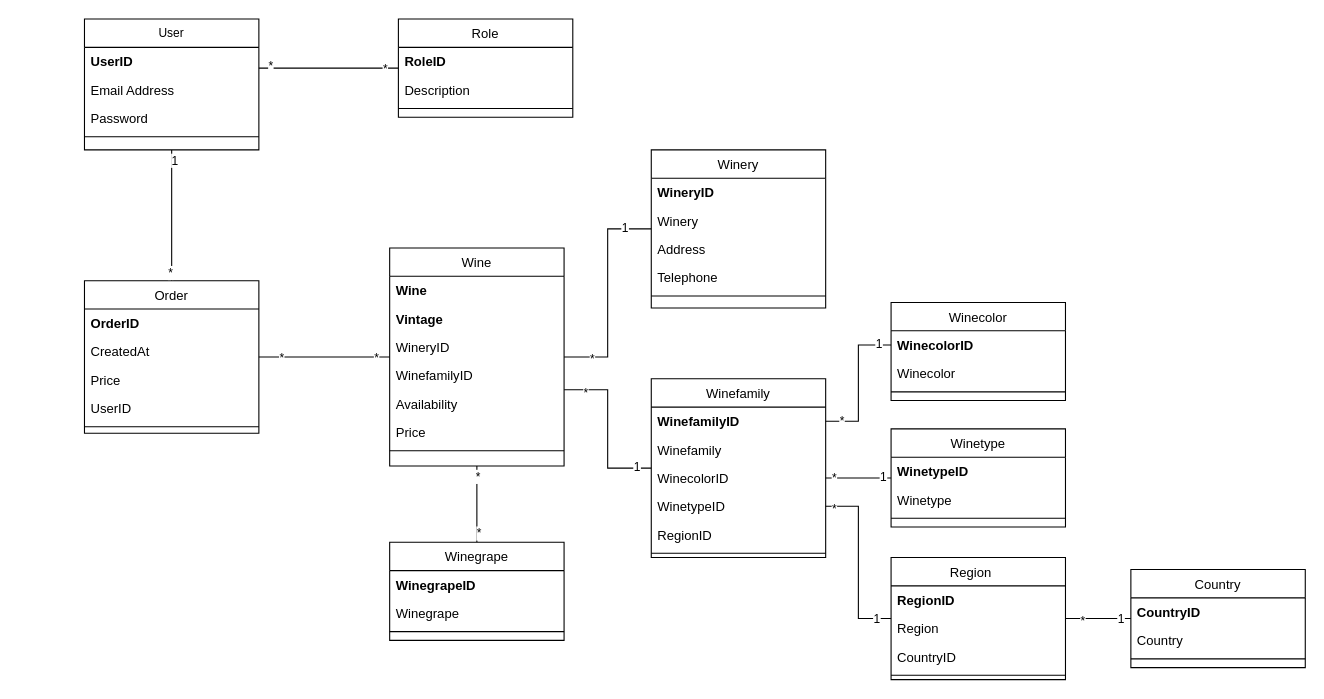
Above: Docs/Requirements Analysis/Diagrams/Class Diagrams/Winer.ClassDiagram.drawio in Gprisco/winer-unisa (draw.io), before the change. Source tidied: cells renumbered, new cells numbered last; positions are measured from the earlier drawing's top-left corner, leaving out a move shared by most shapes. Both pictures are drawn from the tidied source at 109%, with x=0, y=0 at pixel (84, 19).
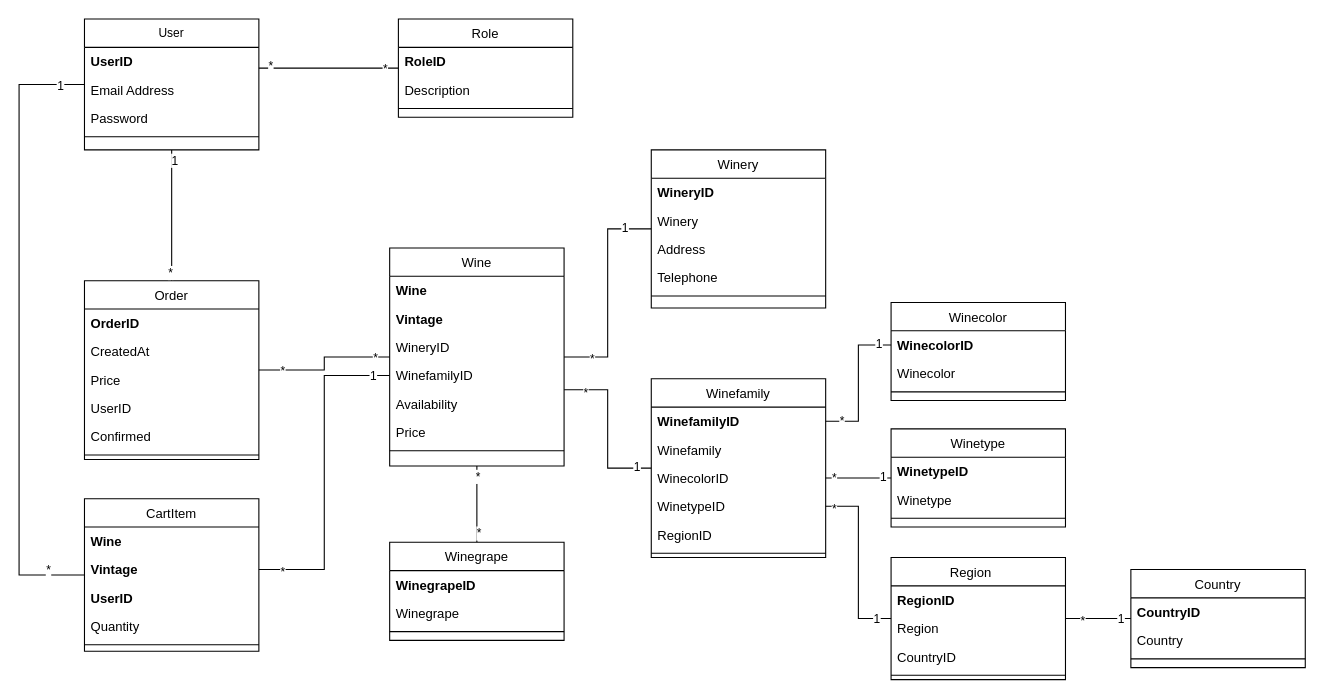
The same page after the edit.

The change refers to these unchanged cells:
```xml
<mxCell id="2" value="User" style="swimlane;fontStyle=0;align=center;verticalAlign=top;horizontal=1;startSize=26;rounded=0;shadow=0;strokeWidth=1;fontSize=11;" parent="1" vertex="1">
  <mxGeometry width="160" height="120" as="geometry" />
</mxCell>
<mxCell id="39" value="WinefamilyID" style="text;align=left;verticalAlign=top;spacingLeft=4;spacingRight=4;overflow=hidden;points=[[0,0.5],[1,0.5]];portConstraint=eastwest;rounded=0;shadow=0;html=0;" parent="35" vertex="1">
  <mxGeometry y="104" width="160" height="26" as="geometry" />
</mxCell>
```

The edit, as a diff of the source:
```diff
@@
+    <mxCell id="89" style="edgeStyle=orthogonalEdgeStyle;rounded=0;jettySize=auto;html=1;entryX=0;entryY=0.5;entryDx=0;entryDy=0;endArrow=none;endFill=0;" parent="1" edge="1" source="2" target="93">
+      <mxGeometry relative="1" as="geometry">
+        <Array as="points">
+          <mxPoint x="-60" y="60" />
+          <mxPoint x="-60" y="510" />
+        </Array>
+      </mxGeometry>
+    </mxCell>
+    <mxCell id="90" value="1" style="edgeLabel;html=1;align=center;verticalAlign=middle;" parent="89" vertex="1">
+      <mxGeometry x="-0.92" y="1" relative="1" as="geometry" />
+    </mxCell>
+    <mxCell id="91" value="*" style="edgeLabel;html=1;align=center;verticalAlign=middle;" parent="89" vertex="1">
+      <mxGeometry x="0.88" y="5" relative="1" as="geometry" />
+    </mxCell>
@@
     <mxCell id="10" value="Order" style="swimlane;fontStyle=0;align=center;verticalAlign=top;horizontal=1;startSize=26;rounded=0;shadow=0;strokeWidth=1;" parent="1" vertex="1">
-      <mxGeometry y="240" width="160" height="140" as="geometry" />
+      <mxGeometry y="240" width="160" height="164" as="geometry" />
     </mxCell>
@@
+    <mxCell id="92" value="Confirmed" style="text;align=left;verticalAlign=top;spacingLeft=4;spacingRight=4;overflow=hidden;rounded=0;shadow=0;html=0;" parent="10" vertex="1">
+      <mxGeometry y="130" width="160" height="26" as="geometry" />
+    </mxCell>
     <mxCell id="15" style="line;html=1;strokeWidth=1;align=left;verticalAlign=middle;spacingTop=-1;spacingLeft=3;spacingRight=3;labelPosition=right;" parent="10" vertex="1">
-      <mxGeometry y="130" width="160" height="8" as="geometry" />
+      <mxGeometry y="156" width="160" height="8" as="geometry" />
     </mxCell>
@@
+    <mxCell id="93" value="CartItem" style="swimlane;fontStyle=0;align=center;verticalAlign=top;horizontal=1;startSize=26;rounded=0;shadow=0;strokeWidth=1;" parent="1" vertex="1">
+      <mxGeometry y="440" width="160" height="140" as="geometry" />
+    </mxCell>
+    <mxCell id="94" value="Wine" style="text;align=left;verticalAlign=top;spacingLeft=4;spacingRight=4;overflow=hidden;fontStyle=1;" parent="93" vertex="1">
+      <mxGeometry y="26" width="160" height="26" as="geometry" />
+    </mxCell>
+    <mxCell id="95" value="Vintage" style="text;align=left;verticalAlign=top;spacingLeft=4;spacingRight=4;overflow=hidden;points=[[0,0.5],[1,0.5]];portConstraint=eastwest;rounded=0;shadow=0;html=0;fontStyle=1;" parent="93" vertex="1">
+      <mxGeometry y="52" width="160" height="26" as="geometry" />
+    </mxCell>
+    <mxCell id="96" value="UserID" style="text;align=left;verticalAlign=top;spacingLeft=4;spacingRight=4;overflow=hidden;rounded=0;shadow=0;html=0;fontStyle=1;" parent="93" vertex="1">
+      <mxGeometry y="78" width="160" height="26" as="geometry" />
+    </mxCell>
+    <mxCell id="97" value="Quantity" style="text;align=left;verticalAlign=top;spacingLeft=4;spacingRight=4;overflow=hidden;rounded=0;shadow=0;html=0;fontStyle=0;" parent="93" vertex="1">
+      <mxGeometry y="104" width="160" height="26" as="geometry" />
+    </mxCell>
+    <mxCell id="98" style="line;html=1;strokeWidth=1;align=left;verticalAlign=middle;spacingTop=-1;spacingLeft=3;spacingRight=3;labelPosition=right;" parent="93" vertex="1">
+      <mxGeometry y="130" width="160" height="8" as="geometry" />
+    </mxCell>
+    <mxCell id="99" style="edgeStyle=orthogonalEdgeStyle;rounded=0;jettySize=auto;html=1;endArrow=none;endFill=0;entryX=1;entryY=0.5;entryDx=0;entryDy=0;" parent="1" edge="1" source="39" target="95">
+      <mxGeometry relative="1" as="geometry" />
+    </mxCell>
+    <mxCell id="100" value="1" style="edgeLabel;html=1;align=center;verticalAlign=middle;" parent="99" vertex="1">
+      <mxGeometry x="-0.89" relative="1" as="geometry" />
+    </mxCell>
+    <mxCell id="101" value="*" style="edgeLabel;html=1;align=center;verticalAlign=middle;" parent="99" vertex="1">
+      <mxGeometry x="0.86" y="1" relative="1" as="geometry" />
+    </mxCell>
```
